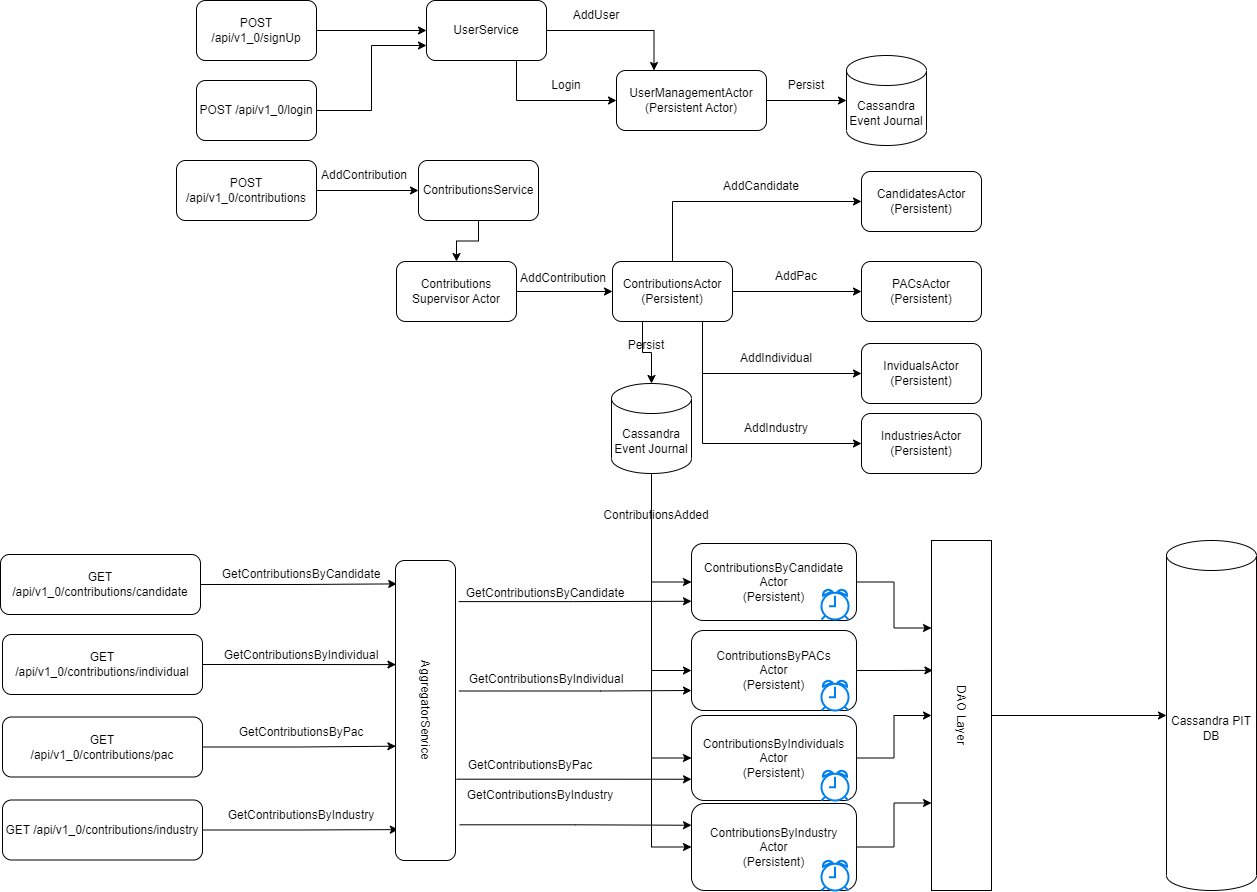
Before: docs/campaign_finance_api_low_level_diagram.png, a diagram exported from draw.io (rockamorales/campaign-finance-api). Source tidied: cells renumbered, new cells last; positions are measured from the earlier drawing's top-left corner, leaving out a move shared by most shapes.
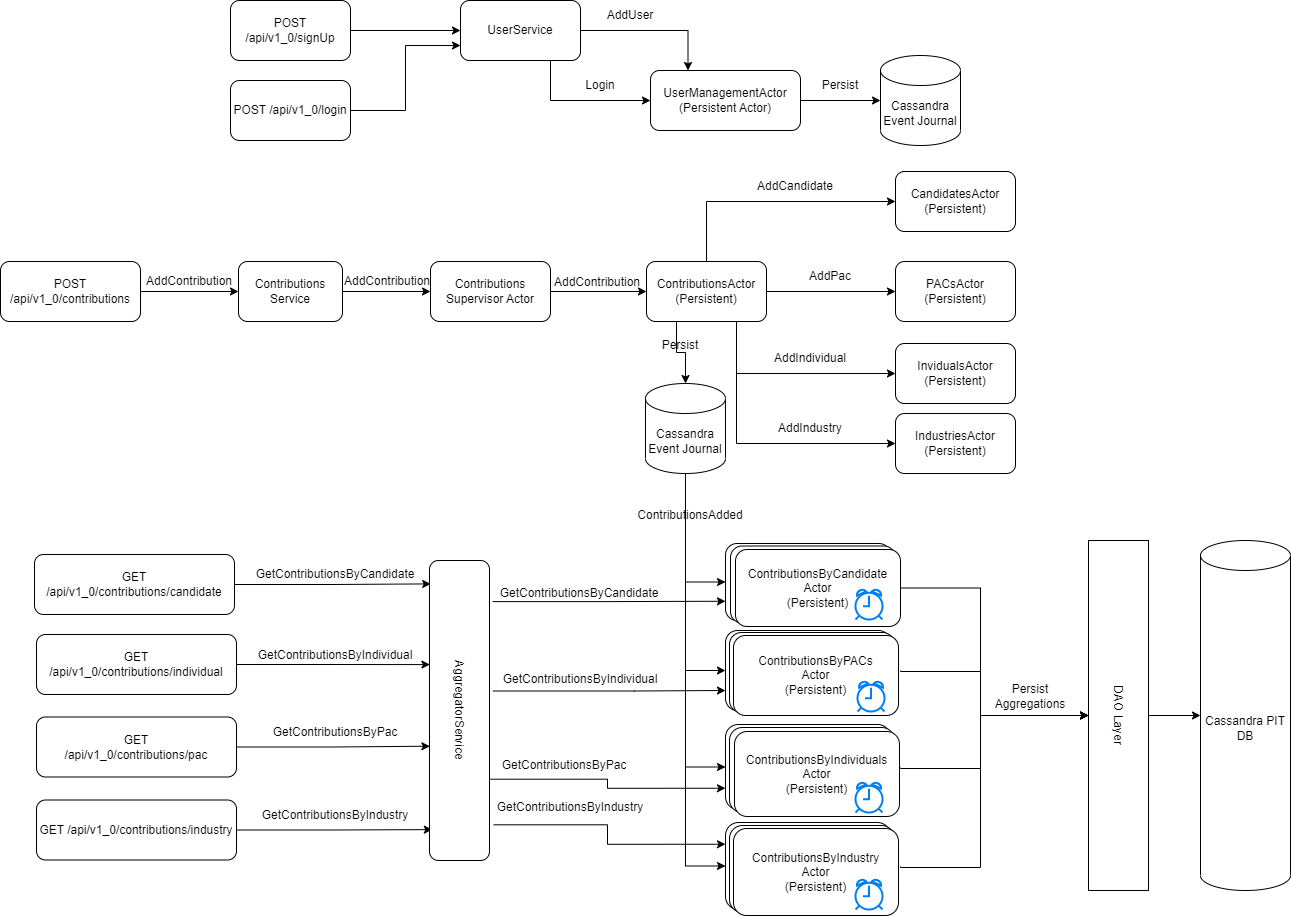
After the change.

Commit message:
Complete scope doc

The edit, as a diff of the source:
```diff
@@ -2,6 +2,42 @@
   <root>
     <mxCell id="0" />
     <mxCell id="1" parent="0" />
+    <mxCell id="40" value="ContributionsByIndustry&lt;br&gt;Actor&lt;br&gt;(Persistent)" style="rounded=1;whiteSpace=wrap;html=1;" parent="1" vertex="1">
+      <mxGeometry x="691" y="822" width="165" height="87" as="geometry" />
+    </mxCell>
+    <mxCell id="80" value="ContributionsByIndustry&lt;br&gt;Actor&lt;br&gt;(Persistent)" style="rounded=1;whiteSpace=wrap;html=1;" parent="1" vertex="1">
+      <mxGeometry x="695" y="825" width="165" height="87" as="geometry" />
+    </mxCell>
+    <mxCell id="81" value="ContributionsByIndustry&lt;br&gt;Actor&lt;br&gt;(Persistent)" style="rounded=1;whiteSpace=wrap;html=1;" parent="1" vertex="1">
+      <mxGeometry x="699" y="828" width="165" height="87" as="geometry" />
+    </mxCell>
+    <mxCell id="38" value="ContributionsByIndividuals&lt;br&gt;Actor&lt;br&gt;(Persistent)" style="rounded=1;whiteSpace=wrap;html=1;" parent="1" vertex="1">
+      <mxGeometry x="691" y="724" width="165" height="85" as="geometry" />
+    </mxCell>
+    <mxCell id="82" value="ContributionsByIndividuals&lt;br&gt;Actor&lt;br&gt;(Persistent)" style="rounded=1;whiteSpace=wrap;html=1;" parent="1" vertex="1">
+      <mxGeometry x="695" y="727" width="165" height="85" as="geometry" />
+    </mxCell>
+    <mxCell id="83" value="ContributionsByIndividuals&lt;br&gt;Actor&lt;br&gt;(Persistent)" style="rounded=1;whiteSpace=wrap;html=1;" parent="1" vertex="1">
+      <mxGeometry x="700" y="731" width="165" height="85" as="geometry" />
+    </mxCell>
+    <mxCell id="36" value="ContributionsByPACs&lt;br&gt;Actor&lt;br&gt;(Persistent)" style="rounded=1;whiteSpace=wrap;html=1;" parent="1" vertex="1">
+      <mxGeometry x="691" y="630" width="165" height="80" as="geometry" />
+    </mxCell>
+    <mxCell id="84" value="ContributionsByPACs&lt;br&gt;Actor&lt;br&gt;(Persistent)" style="rounded=1;whiteSpace=wrap;html=1;" parent="1" vertex="1">
+      <mxGeometry x="695" y="632" width="165" height="80" as="geometry" />
+    </mxCell>
+    <mxCell id="85" value="ContributionsByPACs&lt;br&gt;Actor&lt;br&gt;(Persistent)" style="rounded=1;whiteSpace=wrap;html=1;" parent="1" vertex="1">
+      <mxGeometry x="699" y="635" width="165" height="80" as="geometry" />
+    </mxCell>
+    <mxCell id="34" value="ContributionsByCandidate&lt;br&gt;Actor&lt;br&gt;(Persistent)" style="rounded=1;whiteSpace=wrap;html=1;" parent="1" vertex="1">
+      <mxGeometry x="691" y="543" width="165" height="77" as="geometry" />
+    </mxCell>
+    <mxCell id="86" value="ContributionsByCandidate&lt;br&gt;Actor&lt;br&gt;(Persistent)" style="rounded=1;whiteSpace=wrap;html=1;" parent="1" vertex="1">
+      <mxGeometry x="696" y="545.5" width="165" height="77" as="geometry" />
+    </mxCell>
+    <mxCell id="87" value="ContributionsByCandidate&lt;br&gt;Actor&lt;br&gt;(Persistent)" style="rounded=1;whiteSpace=wrap;html=1;" parent="1" vertex="1">
+      <mxGeometry x="701" y="549" width="165" height="77" as="geometry" />
+    </mxCell>
     <mxCell id="2" style="edgeStyle=orthogonalEdgeStyle;rounded=0;jettySize=auto;html=1;exitX=1;exitY=0.5;exitDx=0;exitDy=0;entryX=0;entryY=0.5;entryDx=0;entryDy=0;" parent="1" edge="1" source="3" target="6">
       <mxGeometry relative="1" as="geometry" />
     </mxCell>
@@ -85,7 +121,7 @@
       <mxGeometry x="396" y="261" width="120" height="60" as="geometry" />
     </mxCell>
     <mxCell id="28" value="AddContribution" style="text;html=1;strokeColor=none;fillColor=none;align=center;verticalAlign=middle;whiteSpace=wrap;rounded=0;" parent="1" vertex="1">
-      <mxGeometry x="533" y="263" width="60" height="30" as="geometry" />
+      <mxGeometry x="533" y="267" width="60" height="30" as="geometry" />
     </mxCell>
     <mxCell id="29" value="AddCandidate" style="text;html=1;strokeColor=none;fillColor=none;align=center;verticalAlign=middle;whiteSpace=wrap;rounded=0;" parent="1" vertex="1">
       <mxGeometry x="716" y="171" width="90" height="30" as="geometry" />
@@ -99,41 +135,52 @@
     <mxCell id="32" value="AddIndustry" style="text;html=1;strokeColor=none;fillColor=none;align=center;verticalAlign=middle;whiteSpace=wrap;rounded=0;" parent="1" vertex="1">
       <mxGeometry x="746" y="413" width="60" height="30" as="geometry" />
     </mxCell>
-    <mxCell id="33" style="edgeStyle=orthogonalEdgeStyle;rounded=0;jettySize=auto;html=1;exitX=1;exitY=0.5;exitDx=0;exitDy=0;entryX=0.25;entryY=1;entryDx=0;entryDy=0;" parent="1" edge="1" source="34" target="47">
-      <mxGeometry relative="1" as="geometry" />
+    <mxCell id="33" style="edgeStyle=orthogonalEdgeStyle;rounded=0;jettySize=auto;html=1;exitX=1;exitY=0.5;exitDx=0;exitDy=0;entryX=0.5;entryY=1;entryDx=0;entryDy=0;" parent="1" edge="1" source="87" target="47">
+      <mxGeometry relative="1" as="geometry">
+        <Array as="points">
+          <mxPoint x="946" y="588" />
+          <mxPoint x="946" y="715" />
+        </Array>
+      </mxGeometry>
     </mxCell>
-    <mxCell id="34" value="ContributionsByCandidate&lt;br&gt;Actor&lt;br&gt;(Persistent)" style="rounded=1;whiteSpace=wrap;html=1;" parent="1" vertex="1">
-      <mxGeometry x="691" y="543" width="165" height="77" as="geometry" />
-    </mxCell>
-    <mxCell id="35" style="edgeStyle=orthogonalEdgeStyle;rounded=0;jettySize=auto;html=1;exitX=1;exitY=0.5;exitDx=0;exitDy=0;entryX=0.371;entryY=0.977;entryDx=0;entryDy=0;entryPerimeter=0;" parent="1" edge="1" source="36" target="47">
-      <mxGeometry relative="1" as="geometry" />
+    <mxCell id="35" style="edgeStyle=orthogonalEdgeStyle;rounded=0;jettySize=auto;html=1;entryX=0.5;entryY=1;entryDx=0;entryDy=0;" parent="1" edge="1" target="47">
+      <mxGeometry relative="1" as="geometry">
+        <mxPoint x="866" y="670" as="sourcePoint" />
+        <Array as="points">
+          <mxPoint x="866" y="671" />
+          <mxPoint x="946" y="671" />
+          <mxPoint x="946" y="715" />
+        </Array>
+      </mxGeometry>
     </mxCell>
-    <mxCell id="36" value="ContributionsByPACs&lt;br&gt;Actor&lt;br&gt;(Persistent)" style="rounded=1;whiteSpace=wrap;html=1;" parent="1" vertex="1">
-      <mxGeometry x="691" y="630" width="165" height="80" as="geometry" />
-    </mxCell>
-    <mxCell id="37" style="edgeStyle=orthogonalEdgeStyle;rounded=0;jettySize=auto;html=1;exitX=1;exitY=0.5;exitDx=0;exitDy=0;entryX=0.5;entryY=1;entryDx=0;entryDy=0;" parent="1" edge="1" source="38" target="47">
-      <mxGeometry relative="1" as="geometry" />
+    <mxCell id="37" style="edgeStyle=orthogonalEdgeStyle;rounded=0;jettySize=auto;html=1;entryX=0.5;entryY=1;entryDx=0;entryDy=0;" parent="1" edge="1" target="47">
+      <mxGeometry relative="1" as="geometry">
+        <mxPoint x="866" y="767" as="sourcePoint" />
+        <Array as="points">
+          <mxPoint x="866" y="768" />
+          <mxPoint x="946" y="768" />
+          <mxPoint x="946" y="715" />
+        </Array>
+      </mxGeometry>
     </mxCell>
-    <mxCell id="38" value="ContributionsByIndividuals&lt;br&gt;Actor&lt;br&gt;(Persistent)" style="rounded=1;whiteSpace=wrap;html=1;" parent="1" vertex="1">
-      <mxGeometry x="691" y="715" width="165" height="85" as="geometry" />
-    </mxCell>
-    <mxCell id="39" style="edgeStyle=orthogonalEdgeStyle;rounded=0;jettySize=auto;html=1;exitX=1;exitY=0.5;exitDx=0;exitDy=0;entryX=0.75;entryY=1;entryDx=0;entryDy=0;" parent="1" edge="1" source="40" target="47">
-      <mxGeometry relative="1" as="geometry" />
+    <mxCell id="39" style="edgeStyle=orthogonalEdgeStyle;rounded=0;jettySize=auto;html=1;entryX=0.5;entryY=1;entryDx=0;entryDy=0;" parent="1" edge="1" target="47">
+      <mxGeometry relative="1" as="geometry">
+        <mxPoint x="866" y="866" as="sourcePoint" />
+        <Array as="points">
+          <mxPoint x="866" y="867" />
+          <mxPoint x="946" y="867" />
+          <mxPoint x="946" y="715" />
+        </Array>
+      </mxGeometry>
     </mxCell>
-    <mxCell id="40" value="ContributionsByIndustry&lt;br&gt;Actor&lt;br&gt;(Persistent)" style="rounded=1;whiteSpace=wrap;html=1;" parent="1" vertex="1">
-      <mxGeometry x="691" y="803" width="165" height="87" as="geometry" />
-    </mxCell>
-    <mxCell id="41" style="html=1;verticalLabelPosition=bottom;align=center;labelBackgroundColor=#ffffff;verticalAlign=top;strokeWidth=2;strokeColor=#0080F0;shadow=0;dashed=0;shape=mxgraph.ios7.icons.alarm_clock;" parent="1" vertex="1">
-      <mxGeometry x="821" y="589" width="27" height="30" as="geometry" />
-    </mxCell>
     <mxCell id="42" style="html=1;verticalLabelPosition=bottom;align=center;labelBackgroundColor=#ffffff;verticalAlign=top;strokeWidth=2;strokeColor=#0080F0;shadow=0;dashed=0;shape=mxgraph.ios7.icons.alarm_clock;" parent="1" vertex="1">
-      <mxGeometry x="821" y="680" width="27" height="30" as="geometry" />
+      <mxGeometry x="823" y="681" width="27" height="30" as="geometry" />
     </mxCell>
     <mxCell id="43" style="html=1;verticalLabelPosition=bottom;align=center;labelBackgroundColor=#ffffff;verticalAlign=top;strokeWidth=2;strokeColor=#0080F0;shadow=0;dashed=0;shape=mxgraph.ios7.icons.alarm_clock;" parent="1" vertex="1">
-      <mxGeometry x="821" y="770" width="27" height="30" as="geometry" />
+      <mxGeometry x="821" y="782" width="27" height="30" as="geometry" />
     </mxCell>
     <mxCell id="44" style="html=1;verticalLabelPosition=bottom;align=center;labelBackgroundColor=#ffffff;verticalAlign=top;strokeWidth=2;strokeColor=#0080F0;shadow=0;dashed=0;shape=mxgraph.ios7.icons.alarm_clock;" parent="1" vertex="1">
-      <mxGeometry x="821" y="860" width="27" height="30" as="geometry" />
+      <mxGeometry x="821" y="879" width="27" height="30" as="geometry" />
     </mxCell>
     <mxCell id="45" value="Cassandra PIT DB" style="shape=cylinder3;whiteSpace=wrap;html=1;boundedLbl=1;backgroundOutline=1;size=15;" parent="1" vertex="1">
       <mxGeometry x="1166" y="540" width="90" height="350" as="geometry" />
@@ -142,7 +189,7 @@
       <mxGeometry relative="1" as="geometry" />
     </mxCell>
     <mxCell id="47" value="DAO Layer" style="rounded=0;whiteSpace=wrap;html=1;rotation=90;" parent="1" vertex="1">
-      <mxGeometry x="786" y="685" width="350" height="60" as="geometry" />
+      <mxGeometry x="909" y="685" width="350" height="60" as="geometry" />
     </mxCell>
     <mxCell id="48" value="Cassandra&lt;br&gt;Event Journal" style="shape=cylinder3;whiteSpace=wrap;html=1;boundedLbl=1;backgroundOutline=1;size=15;" parent="1" vertex="1">
       <mxGeometry x="611" y="383" width="80" height="90" as="geometry" />
@@ -163,19 +210,19 @@
       <mxGeometry relative="1" as="geometry" />
     </mxCell>
     <mxCell id="54" value="POST /api/v1_0/contributions" style="rounded=1;whiteSpace=wrap;html=1;" parent="1" vertex="1">
-      <mxGeometry x="176" y="160" width="140" height="60" as="geometry" />
+      <mxGeometry x="-34" y="261" width="140" height="60" as="geometry" />
     </mxCell>
-    <mxCell id="55" style="edgeStyle=orthogonalEdgeStyle;rounded=0;jettySize=auto;html=1;exitX=0.5;exitY=1;exitDx=0;exitDy=0;entryX=0.5;entryY=0;entryDx=0;entryDy=0;" parent="1" edge="1" source="56" target="27">
+    <mxCell id="55" style="edgeStyle=orthogonalEdgeStyle;rounded=0;jettySize=auto;html=1;exitX=1;exitY=0.5;exitDx=0;exitDy=0;entryX=0;entryY=0.5;entryDx=0;entryDy=0;" parent="1" edge="1" source="56" target="27">
       <mxGeometry relative="1" as="geometry" />
     </mxCell>
-    <mxCell id="56" value="ContributionsService" style="rounded=1;whiteSpace=wrap;html=1;" parent="1" vertex="1">
-      <mxGeometry x="418" y="160" width="120" height="60" as="geometry" />
+    <mxCell id="56" value="Contributions Service" style="rounded=1;whiteSpace=wrap;html=1;" parent="1" vertex="1">
+      <mxGeometry x="204" y="261" width="104" height="60" as="geometry" />
     </mxCell>
     <mxCell id="57" value="Persist" style="text;html=1;strokeColor=none;fillColor=none;align=center;verticalAlign=middle;whiteSpace=wrap;rounded=0;" parent="1" vertex="1">
       <mxGeometry x="776" y="70" width="60" height="30" as="geometry" />
     </mxCell>
     <mxCell id="58" value="AddContribution" style="text;html=1;strokeColor=none;fillColor=none;align=center;verticalAlign=middle;whiteSpace=wrap;rounded=0;" parent="1" vertex="1">
-      <mxGeometry x="334" y="160" width="60" height="30" as="geometry" />
+      <mxGeometry x="125" y="266" width="60" height="30" as="geometry" />
     </mxCell>
     <mxCell id="59" style="edgeStyle=orthogonalEdgeStyle;rounded=0;jettySize=auto;html=1;exitX=1;exitY=0.5;exitDx=0;exitDy=0;entryX=0.078;entryY=0.98;entryDx=0;entryDy=0;entryPerimeter=0;" parent="1" edge="1" source="60" target="71">
       <mxGeometry relative="1" as="geometry" />
@@ -242,7 +289,16 @@
       <mxGeometry x="500" y="750" width="60" height="30" as="geometry" />
     </mxCell>
     <mxCell id="79" value="GetContributionsByIndustry" style="text;html=1;strokeColor=none;fillColor=none;align=center;verticalAlign=middle;whiteSpace=wrap;rounded=0;" parent="1" vertex="1">
-      <mxGeometry x="510" y="780" width="60" height="30" as="geometry" />
+      <mxGeometry x="506" y="792" width="60" height="30" as="geometry" />
     </mxCell>
+    <mxCell id="41" style="html=1;verticalLabelPosition=bottom;align=center;labelBackgroundColor=#ffffff;verticalAlign=top;strokeWidth=2;strokeColor=#0080F0;shadow=0;dashed=0;shape=mxgraph.ios7.icons.alarm_clock;" parent="1" vertex="1">
+      <mxGeometry x="821" y="589" width="27" height="30" as="geometry" />
+    </mxCell>
+    <mxCell id="88" value="Persist Aggregations" style="text;html=1;strokeColor=none;fillColor=none;align=center;verticalAlign=middle;whiteSpace=wrap;rounded=0;" parent="1" vertex="1">
+      <mxGeometry x="966" y="681" width="60" height="30" as="geometry" />
+    </mxCell>
+    <mxCell id="89" value="AddContribution" style="text;html=1;strokeColor=none;fillColor=none;align=center;verticalAlign=middle;whiteSpace=wrap;rounded=0;" parent="1" vertex="1">
+      <mxGeometry x="323" y="266" width="60" height="30" as="geometry" />
+    </mxCell>
   </root>
 </mxGraphModel>
```
